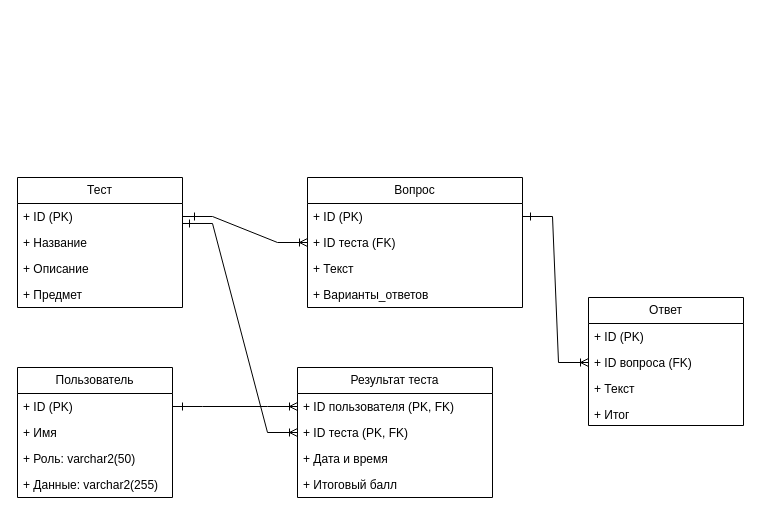
Above: 6sem/BD/Lab1/UML_logical.drawio in DimaXDD/Course3 (draw.io), before the change. Source tidied: cells renumbered, new cells numbered last; positions are measured from the earlier drawing's top-left corner, leaving out a move shared by most shapes. Both pictures are drawn from the tidied source at 100%, with x=0, y=0 at pixel (17, 177).
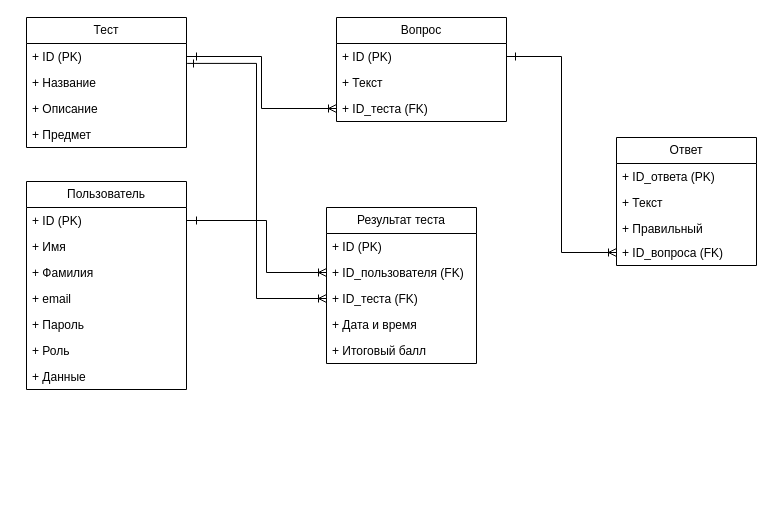
Above is the later version.

Change to the diagram source:
```diff
@@
     <mxCell id="2" value="Тест" style="swimlane;fontStyle=0;horizontal=1;startSize=26;fillColor=none;whiteSpace=wrap;html=1;" parent="1" vertex="1">
-      <mxGeometry width="165" height="130" as="geometry" />
+      <mxGeometry x="9" y="-160" width="160" height="130" as="geometry" />
     </mxCell>
-    <mxCell id="3" value="+ ID (PK)" style="text;strokeColor=none;fillColor=none;align=left;verticalAlign=top;spacingLeft=4;spacingRight=4;overflow=hidden;points=[[0,0.5],[1,0.5]];portConstraint=eastwest;whiteSpace=wrap;html=1;" parent="2" vertex="1">
-      <mxGeometry y="26" width="165" height="26" as="geometry" />
-    </mxCell>
+    <mxCell id="35" value="+ ID (PK)" style="text;strokeColor=none;fillColor=none;align=left;verticalAlign=top;spacingLeft=4;spacingRight=4;overflow=hidden;points=[[0,0.5],[1,0.5]];portConstraint=eastwest;whiteSpace=wrap;html=1;" parent="2" vertex="1">
+      <mxGeometry y="26" width="160" height="26" as="geometry" />
+    </mxCell>
-    <mxCell id="4" value="+ Название" style="text;strokeColor=none;fillColor=none;align=left;verticalAlign=top;spacingLeft=4;spacingRight=4;overflow=hidden;whiteSpace=wrap;html=1;" parent="2" vertex="1">
-      <mxGeometry y="52" width="165" height="26" as="geometry" />
+    <mxCell id="4" value="+ Название&lt;br&gt;" style="text;strokeColor=none;fillColor=none;align=left;verticalAlign=top;spacingLeft=4;spacingRight=4;overflow=hidden;whiteSpace=wrap;html=1;" parent="2" vertex="1">
+      <mxGeometry y="52" width="160" height="26" as="geometry" />
     </mxCell>
     <mxCell id="5" value="+ Описание" style="text;strokeColor=none;fillColor=none;align=left;verticalAlign=top;spacingLeft=4;spacingRight=4;overflow=hidden;whiteSpace=wrap;html=1;" parent="2" vertex="1">
-      <mxGeometry y="78" width="165" height="26" as="geometry" />
+      <mxGeometry y="78" width="160" height="26" as="geometry" />
     </mxCell>
     <mxCell id="6" value="+ Предмет" style="text;strokeColor=none;fillColor=none;align=left;verticalAlign=top;spacingLeft=4;spacingRight=4;overflow=hidden;whiteSpace=wrap;html=1;" parent="2" vertex="1">
-      <mxGeometry y="104" width="165" height="26" as="geometry" />
+      <mxGeometry y="104" width="160" height="26" as="geometry" />
     </mxCell>
     <mxCell id="7" value="Вопрос" style="swimlane;fontStyle=0;horizontal=1;startSize=26;fillColor=none;whiteSpace=wrap;html=1;" parent="1" vertex="1">
-      <mxGeometry x="290" width="215" height="130" as="geometry" />
+      <mxGeometry x="319" y="-160" width="170" height="104" as="geometry" />
     </mxCell>
-    <mxCell id="8" value="+ ID (PK)" style="text;strokeColor=none;fillColor=none;align=left;verticalAlign=top;spacingLeft=4;spacingRight=4;overflow=hidden;points=[[0,0.5],[1,0.5]];portConstraint=eastwest;whiteSpace=wrap;html=1;" parent="7" vertex="1">
-      <mxGeometry y="26" width="215" height="26" as="geometry" />
-    </mxCell>
-    <mxCell id="9" value="+ ID теста (FK)" style="text;strokeColor=none;fillColor=none;align=left;verticalAlign=top;spacingLeft=4;spacingRight=4;overflow=hidden;points=[[0,0.5],[1,0.5]];portConstraint=eastwest;whiteSpace=wrap;html=1;" parent="7" vertex="1">
-      <mxGeometry y="52" width="215" height="26" as="geometry" />
-    </mxCell>
-    <mxCell id="10" value="+ Текст" style="text;strokeColor=none;fillColor=none;align=left;verticalAlign=top;spacingLeft=4;spacingRight=4;overflow=hidden;whiteSpace=wrap;html=1;" parent="7" vertex="1">
-      <mxGeometry y="78" width="215" height="26" as="geometry" />
-    </mxCell>
-    <mxCell id="11" value="+ Варианты_ответов" style="text;strokeColor=none;fillColor=none;align=left;verticalAlign=top;spacingLeft=4;spacingRight=4;overflow=hidden;whiteSpace=wrap;html=1;" parent="7" vertex="1">
-      <mxGeometry y="104" width="215" height="26" as="geometry" />
-    </mxCell>
+    <mxCell id="36" value="+ ID (PK)" style="text;strokeColor=none;fillColor=none;align=left;verticalAlign=top;spacingLeft=4;spacingRight=4;overflow=hidden;points=[[0,0.5],[1,0.5]];portConstraint=eastwest;whiteSpace=wrap;html=1;" parent="7" vertex="1">
+      <mxGeometry y="26" width="170" height="26" as="geometry" />
+    </mxCell>
+    <mxCell id="37" value="+ Текст" style="text;strokeColor=none;fillColor=none;align=left;verticalAlign=top;spacingLeft=4;spacingRight=4;overflow=hidden;whiteSpace=wrap;html=1;" parent="7" vertex="1">
+      <mxGeometry y="52" width="170" height="26" as="geometry" />
+    </mxCell>
+    <mxCell id="38" value="+ ID_теста (FK)" style="text;strokeColor=none;fillColor=none;align=left;verticalAlign=top;spacingLeft=4;spacingRight=4;overflow=hidden;points=[[0,0.5],[1,0.5]];portConstraint=eastwest;whiteSpace=wrap;html=1;" parent="7" vertex="1">
+      <mxGeometry y="78" width="170" height="26" as="geometry" />
+    </mxCell>
     <mxCell id="12" value="Ответ" style="swimlane;fontStyle=0;horizontal=1;startSize=26;fillColor=none;whiteSpace=wrap;html=1;" parent="1" vertex="1">
-      <mxGeometry x="571" y="120" width="155" height="128" as="geometry" />
+      <mxGeometry x="599" y="-40" width="140" height="128" as="geometry" />
     </mxCell>
-    <mxCell id="13" value="+ ID (PK)" style="text;strokeColor=none;fillColor=none;align=left;verticalAlign=top;spacingLeft=4;spacingRight=4;overflow=hidden;whiteSpace=wrap;html=1;" parent="12" vertex="1">
-      <mxGeometry y="26" width="155" height="26" as="geometry" />
-    </mxCell>
-    <mxCell id="14" value="+ ID вопроса (FK)" style="text;strokeColor=none;fillColor=none;align=left;verticalAlign=top;spacingLeft=4;spacingRight=4;overflow=hidden;points=[[0,0.5],[1,0.5]];portConstraint=eastwest;whiteSpace=wrap;html=1;" parent="12" vertex="1">
-      <mxGeometry y="52" width="155" height="26" as="geometry" />
-    </mxCell>
-    <mxCell id="15" value="+ Текст" style="text;strokeColor=none;fillColor=none;align=left;verticalAlign=top;spacingLeft=4;spacingRight=4;overflow=hidden;whiteSpace=wrap;html=1;" parent="12" vertex="1">
-      <mxGeometry y="78" width="155" height="26" as="geometry" />
-    </mxCell>
-    <mxCell id="16" value="+ Итог" style="text;strokeColor=none;fillColor=none;align=left;verticalAlign=top;spacingLeft=4;spacingRight=4;overflow=hidden;whiteSpace=wrap;html=1;" parent="12" vertex="1">
-      <mxGeometry y="104" width="155" height="24" as="geometry" />
-    </mxCell>
+    <mxCell id="39" value="+ ID_ответа (PK)" style="text;strokeColor=none;fillColor=none;align=left;verticalAlign=top;spacingLeft=4;spacingRight=4;overflow=hidden;whiteSpace=wrap;html=1;" parent="12" vertex="1">
+      <mxGeometry y="26" width="140" height="26" as="geometry" />
+    </mxCell>
+    <mxCell id="40" value="+ Текст" style="text;strokeColor=none;fillColor=none;align=left;verticalAlign=top;spacingLeft=4;spacingRight=4;overflow=hidden;whiteSpace=wrap;html=1;" parent="12" vertex="1">
+      <mxGeometry y="52" width="140" height="26" as="geometry" />
+    </mxCell>
+    <mxCell id="41" value="+ Правильный" style="text;strokeColor=none;fillColor=none;align=left;verticalAlign=top;spacingLeft=4;spacingRight=4;overflow=hidden;whiteSpace=wrap;html=1;" parent="12" vertex="1">
+      <mxGeometry y="78" width="140" height="24" as="geometry" />
+    </mxCell>
+    <mxCell id="42" value="+ ID_вопроса (FK)" style="text;strokeColor=none;fillColor=none;align=left;verticalAlign=top;spacingLeft=4;spacingRight=4;overflow=hidden;points=[[0,0.5],[1,0.5]];portConstraint=eastwest;whiteSpace=wrap;html=1;" parent="12" vertex="1">
+      <mxGeometry y="102" width="140" height="26" as="geometry" />
+    </mxCell>
     <mxCell id="17" value="Пользователь" style="swimlane;fontStyle=0;horizontal=1;startSize=26;fillColor=none;whiteSpace=wrap;html=1;" parent="1" vertex="1">
-      <mxGeometry y="190" width="155" height="130" as="geometry" />
+      <mxGeometry x="9" y="4" width="160" height="208" as="geometry" />
     </mxCell>
-    <mxCell id="18" value="+ ID (PK)" style="text;strokeColor=none;fillColor=none;align=left;verticalAlign=top;spacingLeft=4;spacingRight=4;overflow=hidden;points=[[0,0.5],[1,0.5]];portConstraint=eastwest;whiteSpace=wrap;html=1;" parent="17" vertex="1">
-      <mxGeometry y="26" width="155" height="26" as="geometry" />
-    </mxCell>
+    <mxCell id="43" value="+ ID (PK)" style="text;strokeColor=none;fillColor=none;align=left;verticalAlign=top;spacingLeft=4;spacingRight=4;overflow=hidden;points=[[0,0.5],[1,0.5]];portConstraint=eastwest;whiteSpace=wrap;html=1;" parent="17" vertex="1">
+      <mxGeometry y="26" width="160" height="26" as="geometry" />
+    </mxCell>
     <mxCell id="19" value="+ Имя" style="text;strokeColor=none;fillColor=none;align=left;verticalAlign=top;spacingLeft=4;spacingRight=4;overflow=hidden;whiteSpace=wrap;html=1;" parent="17" vertex="1">
-      <mxGeometry y="52" width="155" height="26" as="geometry" />
+      <mxGeometry y="52" width="160" height="26" as="geometry" />
     </mxCell>
-    <mxCell id="20" value="+ Роль: varchar2(50)" style="text;strokeColor=none;fillColor=none;align=left;verticalAlign=top;spacingLeft=4;spacingRight=4;overflow=hidden;whiteSpace=wrap;html=1;" parent="17" vertex="1">
-      <mxGeometry y="78" width="155" height="26" as="geometry" />
-    </mxCell>
-    <mxCell id="21" value="+ Данные: varchar2(255)" style="text;strokeColor=none;fillColor=none;align=left;verticalAlign=top;spacingLeft=4;spacingRight=4;overflow=hidden;whiteSpace=wrap;html=1;" parent="17" vertex="1">
-      <mxGeometry y="104" width="155" height="26" as="geometry" />
-    </mxCell>
+    <mxCell id="44" value="+ Фамилия" style="text;strokeColor=none;fillColor=none;align=left;verticalAlign=top;spacingLeft=4;spacingRight=4;overflow=hidden;whiteSpace=wrap;html=1;" parent="17" vertex="1">
+      <mxGeometry y="78" width="160" height="26" as="geometry" />
+    </mxCell>
+    <mxCell id="45" value="+ email" style="text;strokeColor=none;fillColor=none;align=left;verticalAlign=top;spacingLeft=4;spacingRight=4;overflow=hidden;whiteSpace=wrap;html=1;" parent="17" vertex="1">
+      <mxGeometry y="104" width="160" height="26" as="geometry" />
+    </mxCell>
+    <mxCell id="46" value="+ Пароль" style="text;strokeColor=none;fillColor=none;align=left;verticalAlign=top;spacingLeft=4;spacingRight=4;overflow=hidden;whiteSpace=wrap;html=1;" parent="17" vertex="1">
+      <mxGeometry y="130" width="160" height="26" as="geometry" />
+    </mxCell>
+    <mxCell id="47" value="+ Роль" style="text;strokeColor=none;fillColor=none;align=left;verticalAlign=top;spacingLeft=4;spacingRight=4;overflow=hidden;whiteSpace=wrap;html=1;" parent="17" vertex="1">
+      <mxGeometry y="156" width="160" height="26" as="geometry" />
+    </mxCell>
+    <mxCell id="48" value="+ Данные" style="text;strokeColor=none;fillColor=none;align=left;verticalAlign=top;spacingLeft=4;spacingRight=4;overflow=hidden;whiteSpace=wrap;html=1;" parent="17" vertex="1">
+      <mxGeometry y="182" width="160" height="26" as="geometry" />
+    </mxCell>
     <mxCell id="22" value="Результат теста" style="swimlane;fontStyle=0;horizontal=1;startSize=26;fillColor=none;whiteSpace=wrap;html=1;" parent="1" vertex="1">
-      <mxGeometry x="280" y="190" width="195" height="130" as="geometry" />
+      <mxGeometry x="309" y="30" width="150" height="156" as="geometry" />
     </mxCell>
-    <mxCell id="23" value="+ ID пользователя (PK, FK)" style="text;strokeColor=none;fillColor=none;align=left;verticalAlign=top;spacingLeft=4;spacingRight=4;overflow=hidden;points=[[0,0.5],[1,0.5]];portConstraint=eastwest;whiteSpace=wrap;html=1;" parent="22" vertex="1">
-      <mxGeometry y="26" width="195" height="26" as="geometry" />
-    </mxCell>
-    <mxCell id="24" value="+ ID теста (PK, FK)" style="text;strokeColor=none;fillColor=none;align=left;verticalAlign=top;spacingLeft=4;spacingRight=4;overflow=hidden;points=[[0,0.5],[1,0.5]];portConstraint=eastwest;whiteSpace=wrap;html=1;strokeWidth=1;" parent="22" vertex="1">
-      <mxGeometry y="52" width="195" height="26" as="geometry" />
-    </mxCell>
+    <mxCell id="49" value="+ ID (PK)" style="text;strokeColor=none;fillColor=none;align=left;verticalAlign=top;spacingLeft=4;spacingRight=4;overflow=hidden;whiteSpace=wrap;html=1;" parent="22" vertex="1">
+      <mxGeometry y="26" width="150" height="26" as="geometry" />
+    </mxCell>
+    <mxCell id="50" value="+ ID_пользователя (FK)" style="text;strokeColor=none;fillColor=none;align=left;verticalAlign=top;spacingLeft=4;spacingRight=4;overflow=hidden;points=[[0,0.5],[1,0.5]];portConstraint=eastwest;whiteSpace=wrap;html=1;" parent="22" vertex="1">
+      <mxGeometry y="52" width="150" height="26" as="geometry" />
+    </mxCell>
+    <mxCell id="51" value="+ ID_теста (FK)" style="text;strokeColor=none;fillColor=none;align=left;verticalAlign=top;spacingLeft=4;spacingRight=4;overflow=hidden;points=[[0,0.5],[1,0.5]];portConstraint=eastwest;whiteSpace=wrap;html=1;" parent="22" vertex="1">
+      <mxGeometry y="78" width="150" height="26" as="geometry" />
+    </mxCell>
     <mxCell id="25" value="+ Дата и время" style="text;strokeColor=none;fillColor=none;align=left;verticalAlign=top;spacingLeft=4;spacingRight=4;overflow=hidden;whiteSpace=wrap;html=1;" parent="22" vertex="1">
-      <mxGeometry y="78" width="195" height="26" as="geometry" />
+      <mxGeometry y="104" width="150" height="26" as="geometry" />
     </mxCell>
     <mxCell id="26" value="+ Итоговый балл" style="text;strokeColor=none;fillColor=none;align=left;verticalAlign=top;spacingLeft=4;spacingRight=4;overflow=hidden;whiteSpace=wrap;html=1;" parent="22" vertex="1">
-      <mxGeometry y="104" width="195" height="26" as="geometry" />
+      <mxGeometry y="130" width="150" height="26" as="geometry" />
     </mxCell>
-    <mxCell id="27" style="edgeStyle=entityRelationEdgeStyle;fontSize=12;html=1;endArrow=ERoneToMany;rounded=0;exitX=1;exitY=0.5;exitDx=0;exitDy=0;entryX=0;entryY=0.5;entryDx=0;entryDy=0;" parent="1" edge="1" source="3" target="9">
-      <mxGeometry relative="1" as="geometry" />
-    </mxCell>
-    <mxCell id="28" style="edgeStyle=entityRelationEdgeStyle;fontSize=12;html=1;endArrow=ERoneToMany;rounded=0;exitX=1;exitY=0.5;exitDx=0;exitDy=0;entryX=0;entryY=0.5;entryDx=0;entryDy=0;" parent="1" edge="1" source="8" target="14">
-      <mxGeometry relative="1" as="geometry" />
-    </mxCell>
-    <mxCell id="29" style="edgeStyle=entityRelationEdgeStyle;fontSize=12;endArrow=ERoneToMany;rounded=0;exitX=1;exitY=0.5;exitDx=0;exitDy=0;entryX=0;entryY=0.5;entryDx=0;entryDy=0;html=1;" parent="1" edge="1" source="18" target="23">
-      <mxGeometry relative="1" as="geometry" />
-    </mxCell>
-    <mxCell id="30" style="edgeStyle=entityRelationEdgeStyle;fontSize=12;html=1;endArrow=ERoneToMany;rounded=0;exitX=1;exitY=0.769;exitDx=0;exitDy=0;entryX=0;entryY=0.5;entryDx=0;entryDy=0;exitPerimeter=0;" parent="1" edge="1" source="3" target="24">
-      <mxGeometry relative="1" as="geometry" />
-    </mxCell>
-    <mxCell id="31" style="endArrow=none;html=1;rounded=0;" parent="1" edge="1">
-      <mxGeometry relative="1" as="geometry">
-        <mxPoint x="165" y="225" as="sourcePoint" />
-        <mxPoint x="165" y="233" as="targetPoint" />
-      </mxGeometry>
-    </mxCell>
-    <mxCell id="32" style="endArrow=none;html=1;rounded=0;" parent="1" edge="1">
-      <mxGeometry relative="1" as="geometry">
-        <mxPoint x="513" y="35" as="sourcePoint" />
-        <mxPoint x="513" y="43" as="targetPoint" />
-      </mxGeometry>
-    </mxCell>
-    <mxCell id="33" style="endArrow=none;html=1;rounded=0;" parent="1" edge="1">
-      <mxGeometry relative="1" as="geometry">
-        <mxPoint x="172" y="42" as="sourcePoint" />
-        <mxPoint x="172" y="50" as="targetPoint" />
-      </mxGeometry>
-    </mxCell>
-    <mxCell id="34" style="endArrow=none;html=1;rounded=0;" parent="1" edge="1">
-      <mxGeometry relative="1" as="geometry">
-        <mxPoint x="177" y="35" as="sourcePoint" />
-        <mxPoint x="177" y="43" as="targetPoint" />
-      </mxGeometry>
-    </mxCell>
+    <mxCell id="52" style="edgeStyle=orthogonalEdgeStyle;fontSize=12;html=1;endArrow=ERoneToMany;rounded=0;exitX=1;exitY=0.5;exitDx=0;exitDy=0;entryX=0;entryY=0.5;entryDx=0;entryDy=0;" parent="1" edge="1" source="35" target="38">
+      <mxGeometry relative="1" as="geometry" />
+    </mxCell>
+    <mxCell id="53" style="edgeStyle=orthogonalEdgeStyle;fontSize=12;html=1;endArrow=ERoneToMany;rounded=0;exitX=1;exitY=0.5;exitDx=0;exitDy=0;entryX=0;entryY=0.5;entryDx=0;entryDy=0;" parent="1" edge="1" source="36" target="42">
+      <mxGeometry relative="1" as="geometry" />
+    </mxCell>
+    <mxCell id="54" style="edgeStyle=orthogonalEdgeStyle;fontSize=12;html=1;endArrow=ERoneToMany;rounded=0;exitX=1;exitY=0.5;exitDx=0;exitDy=0;entryX=0;entryY=0.5;entryDx=0;entryDy=0;" parent="1" edge="1" source="43" target="50">
+      <mxGeometry relative="1" as="geometry">
+        <Array as="points">
+          <mxPoint x="249" y="43" />
+          <mxPoint x="249" y="95" />
+        </Array>
+      </mxGeometry>
+    </mxCell>
+    <mxCell id="55" style="edgeStyle=orthogonalEdgeStyle;fontSize=12;html=1;endArrow=ERoneToMany;rounded=0;exitX=1.004;exitY=0.766;exitDx=0;exitDy=0;entryX=0;entryY=0.5;entryDx=0;entryDy=0;exitPerimeter=0;" parent="1" edge="1" source="35" target="51">
+      <mxGeometry relative="1" as="geometry" />
+    </mxCell>
+    <mxCell id="56" style="endArrow=none;html=1;rounded=0;" parent="1" edge="1">
+      <mxGeometry relative="1" as="geometry">
+        <mxPoint x="179" y="39" as="sourcePoint" />
+        <mxPoint x="179" y="47" as="targetPoint" />
+      </mxGeometry>
+    </mxCell>
+    <mxCell id="57" style="endArrow=none;html=1;rounded=0;" parent="1" edge="1">
+      <mxGeometry relative="1" as="geometry">
+        <mxPoint x="176" y="-118" as="sourcePoint" />
+        <mxPoint x="176" y="-110" as="targetPoint" />
+      </mxGeometry>
+    </mxCell>
+    <mxCell id="58" style="endArrow=none;html=1;rounded=0;" parent="1" edge="1">
+      <mxGeometry relative="1" as="geometry">
+        <mxPoint x="179" y="-125" as="sourcePoint" />
+        <mxPoint x="179" y="-117" as="targetPoint" />
+      </mxGeometry>
+    </mxCell>
+    <mxCell id="59" style="endArrow=none;html=1;rounded=0;" parent="1" edge="1">
+      <mxGeometry relative="1" as="geometry">
+        <mxPoint x="498" y="-125" as="sourcePoint" />
+        <mxPoint x="498" y="-117" as="targetPoint" />
+      </mxGeometry>
+    </mxCell>
```
